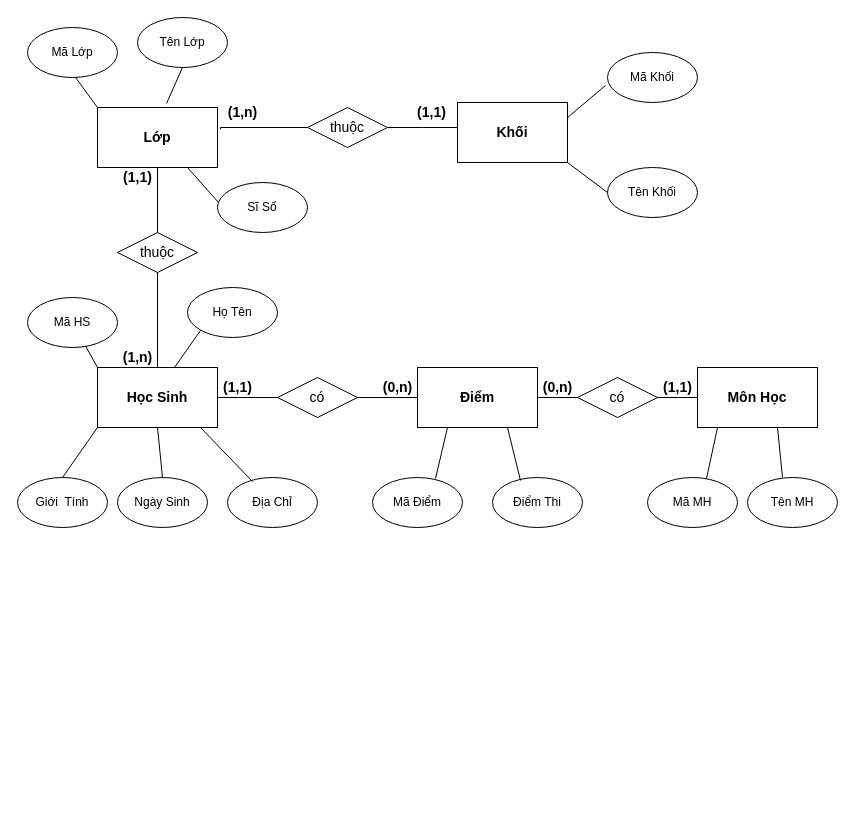
This is E-R.drawio from thaodtt09/test, a draw.io file, before an edit. Source tidied: cells renumbered, new cells numbered last; positions are measured from the earlier drawing's top-left corner, leaving out a move shared by most shapes. Both pictures are drawn from the tidied source at 100%, with x=0, y=0 at pixel (17, 17).
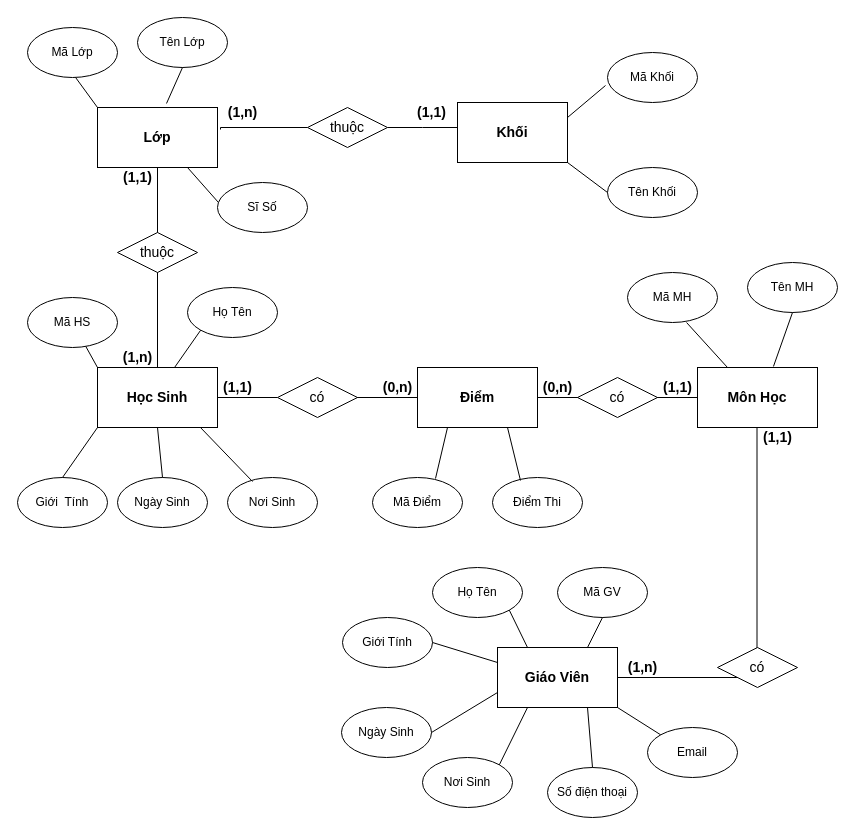
The same page after the edit.

Unchanged cells that the change refers to:
```xml
<mxCell id="8" value="&lt;span style=&quot;font-size: 14px&quot;&gt;&lt;b&gt;Môn Học&lt;/b&gt;&lt;/span&gt;" style="rounded=0;whiteSpace=wrap;html=1;strokeWidth=1;" parent="1" vertex="1">
  <mxGeometry x="680" y="350" width="120" height="60" as="geometry" />
</mxCell>
```

Diff of the diagram source:
```diff
@@
-    <mxCell id="16" value="Địa Chỉ" style="ellipse;whiteSpace=wrap;html=1;" parent="1" vertex="1">
+    <mxCell id="16" value="Nơi Sinh" style="ellipse;whiteSpace=wrap;html=1;" parent="1" vertex="1">
       <mxGeometry x="210" y="460" width="90" height="50" as="geometry" />
     </mxCell>
@@
     <mxCell id="27" value="Tên MH" style="ellipse;whiteSpace=wrap;html=1;" parent="1" vertex="1">
-      <mxGeometry x="730" y="460" width="90" height="50" as="geometry" />
+      <mxGeometry x="730" y="245" width="90" height="50" as="geometry" />
     </mxCell>
     <mxCell id="28" value="Mã MH" style="ellipse;whiteSpace=wrap;html=1;" parent="1" vertex="1">
-      <mxGeometry x="630" y="460" width="90" height="50" as="geometry" />
+      <mxGeometry x="610" y="255" width="90" height="50" as="geometry" />
     </mxCell>
-    <mxCell id="29" style="endArrow=none;html=1;exitX=0.656;exitY=0.02;exitDx=0;exitDy=0;exitPerimeter=0;" parent="1" edge="1" source="28">
-      <mxGeometry relative="1" as="geometry">
-        <mxPoint x="700" y="410" as="targetPoint" />
-      </mxGeometry>
+    <mxCell id="29" style="endArrow=none;html=1;exitX=0.656;exitY=1;exitDx=0;exitDy=0;entryX=0.25;entryY=0;entryDx=0;entryDy=0;exitPerimeter=0;" parent="1" edge="1" source="28" target="8">
+      <mxGeometry relative="1" as="geometry" />
     </mxCell>
-    <mxCell id="30" style="endArrow=none;html=1;exitX=0.5;exitY=0;exitDx=0;exitDy=0;" parent="1" edge="1">
-      <mxGeometry relative="1" as="geometry">
-        <mxPoint x="765" y="460" as="sourcePoint" />
-        <mxPoint x="760" y="410" as="targetPoint" />
-      </mxGeometry>
+    <mxCell id="30" style="endArrow=none;html=1;exitX=0.5;exitY=1;exitDx=0;exitDy=0;entryX=0.633;entryY=-0.017;entryDx=0;entryDy=0;entryPerimeter=0;" parent="1" edge="1" source="27" target="8">
+      <mxGeometry relative="1" as="geometry" />
     </mxCell>
@@
+    <mxCell id="53" value="&lt;span style=&quot;font-size: 14px&quot;&gt;&lt;b&gt;Giáo Viên&lt;/b&gt;&lt;/span&gt;" style="rounded=0;whiteSpace=wrap;html=1;strokeWidth=1;" parent="1" vertex="1">
+      <mxGeometry x="480" y="630" width="120" height="60" as="geometry" />
+    </mxCell>
+    <mxCell id="54" style="edgeStyle=orthogonalEdgeStyle;rounded=0;jettySize=auto;html=1;exitX=1;exitY=0.5;exitDx=0;exitDy=0;entryX=0.5;entryY=1;entryDx=0;entryDy=0;endArrow=none;endFill=0;" parent="1" edge="1" source="53">
+      <mxGeometry relative="1" as="geometry">
+        <mxPoint x="739.5" y="410" as="targetPoint" />
+        <Array as="points">
+          <mxPoint x="740" y="660" />
+        </Array>
+      </mxGeometry>
+    </mxCell>
+    <mxCell id="55" value="&lt;font style=&quot;font-size: 14px&quot;&gt;có&lt;/font&gt;" style="rhombus;whiteSpace=wrap;html=1;" parent="1" vertex="1">
+      <mxGeometry x="700" y="630" width="80" height="40" as="geometry" />
+    </mxCell>
+    <mxCell id="56" value="&lt;b&gt;&lt;font style=&quot;font-size: 14px&quot;&gt;(1,1)&lt;/font&gt;&lt;/b&gt;" style="text;html=1;align=center;verticalAlign=middle;strokeColor=none;" parent="1" vertex="1">
+      <mxGeometry x="740" y="410" width="40" height="20" as="geometry" />
+    </mxCell>
+    <mxCell id="57" value="Mã GV" style="ellipse;whiteSpace=wrap;html=1;" parent="1" vertex="1">
+      <mxGeometry x="540" y="550" width="90" height="50" as="geometry" />
+    </mxCell>
+    <mxCell id="58" value="Họ Tên" style="ellipse;whiteSpace=wrap;html=1;" parent="1" vertex="1">
+      <mxGeometry x="415" y="550" width="90" height="50" as="geometry" />
+    </mxCell>
+    <mxCell id="59" value="Nơi Sinh" style="ellipse;whiteSpace=wrap;html=1;" parent="1" vertex="1">
+      <mxGeometry x="405" y="740" width="90" height="50" as="geometry" />
+    </mxCell>
+    <mxCell id="60" value="Ngày Sinh" style="ellipse;whiteSpace=wrap;html=1;" parent="1" vertex="1">
+      <mxGeometry x="324" y="690" width="90" height="50" as="geometry" />
+    </mxCell>
+    <mxCell id="61" value="Giới Tính" style="ellipse;whiteSpace=wrap;html=1;" parent="1" vertex="1">
+      <mxGeometry x="325" y="600" width="90" height="50" as="geometry" />
+    </mxCell>
+    <mxCell id="62" value="Số điện thoại" style="ellipse;whiteSpace=wrap;html=1;" parent="1" vertex="1">
+      <mxGeometry x="530" y="750" width="90" height="50" as="geometry" />
+    </mxCell>
+    <mxCell id="63" value="Email" style="ellipse;whiteSpace=wrap;html=1;" parent="1" vertex="1">
+      <mxGeometry x="630" y="710" width="90" height="50" as="geometry" />
+    </mxCell>
+    <mxCell id="64" style="endArrow=none;html=1;entryX=0.5;entryY=1;entryDx=0;entryDy=0;exitX=0.75;exitY=0;exitDx=0;exitDy=0;" parent="1" edge="1" source="53" target="57">
+      <mxGeometry relative="1" as="geometry" />
+    </mxCell>
+    <mxCell id="65" style="endArrow=none;html=1;exitX=0.25;exitY=0;exitDx=0;exitDy=0;entryX=1;entryY=1;entryDx=0;entryDy=0;" parent="1" edge="1" source="53" target="58">
+      <mxGeometry relative="1" as="geometry" />
+    </mxCell>
+    <mxCell id="66" style="endArrow=none;html=1;exitX=0;exitY=0;exitDx=0;exitDy=0;entryX=1;entryY=1;entryDx=0;entryDy=0;" parent="1" edge="1" source="63" target="53">
+      <mxGeometry relative="1" as="geometry" />
+    </mxCell>
+    <mxCell id="67" style="endArrow=none;html=1;exitX=0.5;exitY=0;exitDx=0;exitDy=0;entryX=0.75;entryY=1;entryDx=0;entryDy=0;" parent="1" edge="1" source="62" target="53">
+      <mxGeometry relative="1" as="geometry" />
+    </mxCell>
+    <mxCell id="68" style="endArrow=none;html=1;exitX=1;exitY=0;exitDx=0;exitDy=0;entryX=0.25;entryY=1;entryDx=0;entryDy=0;" parent="1" edge="1" source="59" target="53">
+      <mxGeometry relative="1" as="geometry" />
+    </mxCell>
+    <mxCell id="69" style="endArrow=none;html=1;exitX=1;exitY=0.5;exitDx=0;exitDy=0;entryX=0;entryY=0.75;entryDx=0;entryDy=0;" parent="1" edge="1" source="60" target="53">
+      <mxGeometry relative="1" as="geometry" />
+    </mxCell>
+    <mxCell id="70" style="endArrow=none;html=1;exitX=1;exitY=0.5;exitDx=0;exitDy=0;entryX=0;entryY=0.25;entryDx=0;entryDy=0;" parent="1" edge="1" source="61" target="53">
+      <mxGeometry relative="1" as="geometry" />
+    </mxCell>
+    <mxCell id="71" value="&lt;b&gt;&lt;font style=&quot;font-size: 14px&quot;&gt;(1,n)&lt;/font&gt;&lt;/b&gt;" style="text;html=1;align=center;verticalAlign=middle;strokeColor=none;" parent="1" vertex="1">
+      <mxGeometry x="600" y="640" width="50" height="20" as="geometry" />
+    </mxCell>
```
